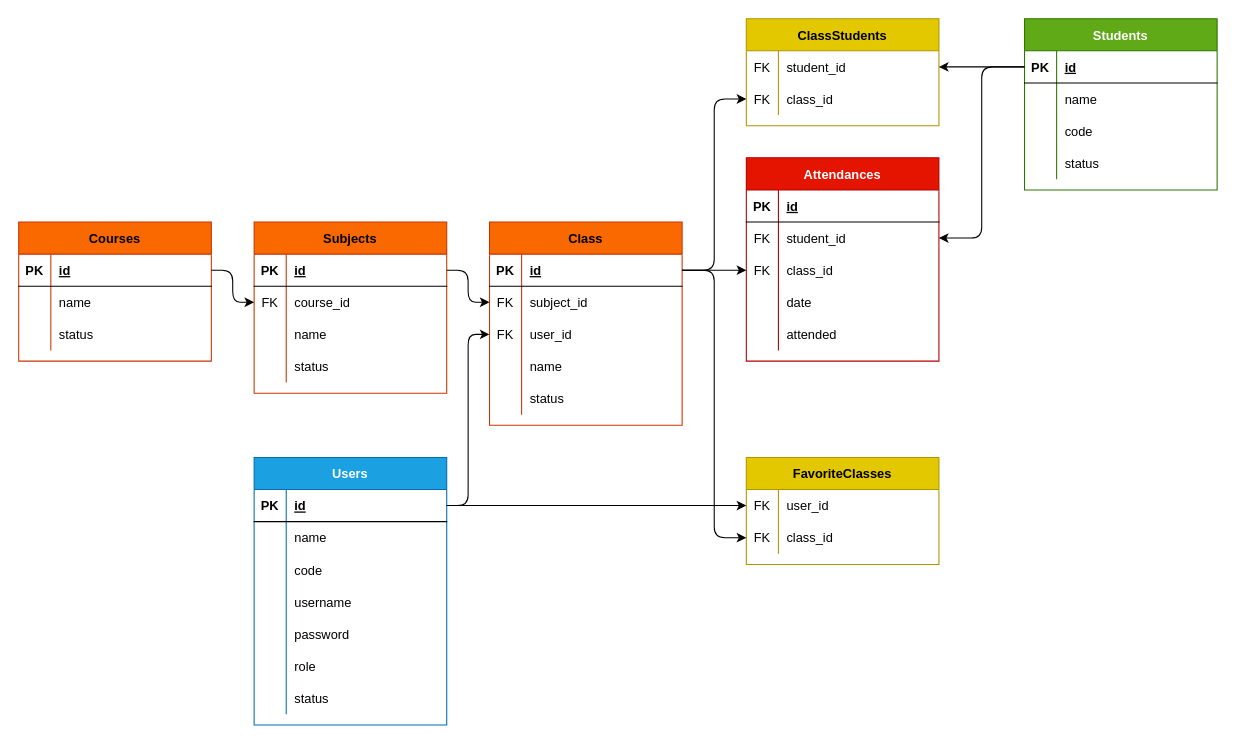
This is db.drawio from vauxgomes/attendance, a draw.io file, before an edit. Source tidied: cells renumbered, new cells numbered last; positions are measured from the earlier drawing's top-left corner, leaving out a move shared by most shapes. Both pictures are drawn from the tidied source at 107%, with x=0, y=0 at pixel (18, 18).
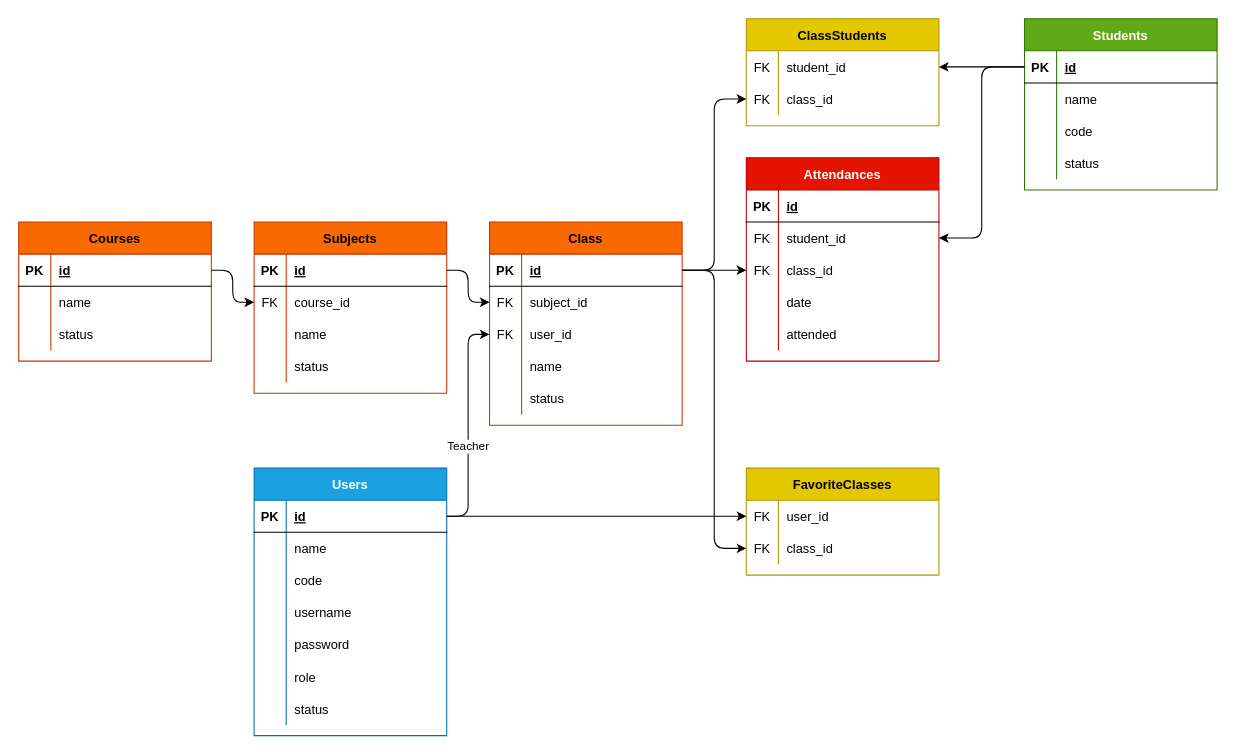
Above is the later version.

The change refers to these unchanged cells:
```xml
<mxCell id="3" style="shape=partialRectangle;fillColor=none;top=0;left=0;bottom=1;right=0;points=[[0,0.5],[1,0.5]];portConstraint=eastwest;" parent="2" vertex="1">
  <mxGeometry y="30" width="180" height="30" as="geometry" />
</mxCell>
<mxCell id="68" style="shape=partialRectangle;fillColor=none;top=0;left=0;bottom=0;right=0;points=[[0,0.5],[1,0.5]];portConstraint=eastwest;" parent="61" vertex="1">
  <mxGeometry y="90" width="180" height="30" as="geometry" />
</mxCell>
```

What changed in the source:
```diff
@@
     <mxCell id="2" value="Users" style="shape=table;startSize=30;childLayout=tableLayout;rowLines=0;fontStyle=1;align=center;fillColor=#1ba1e2;fontColor=#ffffff;strokeColor=#006EAF;" parent="1" vertex="1">
-      <mxGeometry x="220" y="410" width="180" height="250" as="geometry" />
+      <mxGeometry x="220" y="420" width="180" height="250" as="geometry" />
     </mxCell>
@@
     <mxCell id="78" value="FavoriteClasses" style="shape=table;startSize=30;childLayout=tableLayout;rowLines=0;fontStyle=1;align=center;fillColor=#e3c800;fontColor=#000000;strokeColor=#B09500;" parent="1" vertex="1">
-      <mxGeometry x="680" y="410" width="180" height="100" as="geometry" />
+      <mxGeometry x="680" y="420" width="180" height="100" as="geometry" />
     </mxCell>
@@
-    <mxCell id="85" style="edgeStyle=elbowEdgeStyle;html=1;entryX=0;entryY=0.5;entryDx=0;entryDy=0;" parent="1" edge="1" source="3" target="68">
-      <mxGeometry relative="1" as="geometry" />
+    <mxCell id="85" value="Teacher" style="edgeStyle=elbowEdgeStyle;html=1;entryX=0;entryY=0.5;entryDx=0;entryDy=0;" parent="1" edge="1" source="3" target="68">
+      <mxGeometry x="-0.19" relative="1" as="geometry" />
     </mxCell>
```
